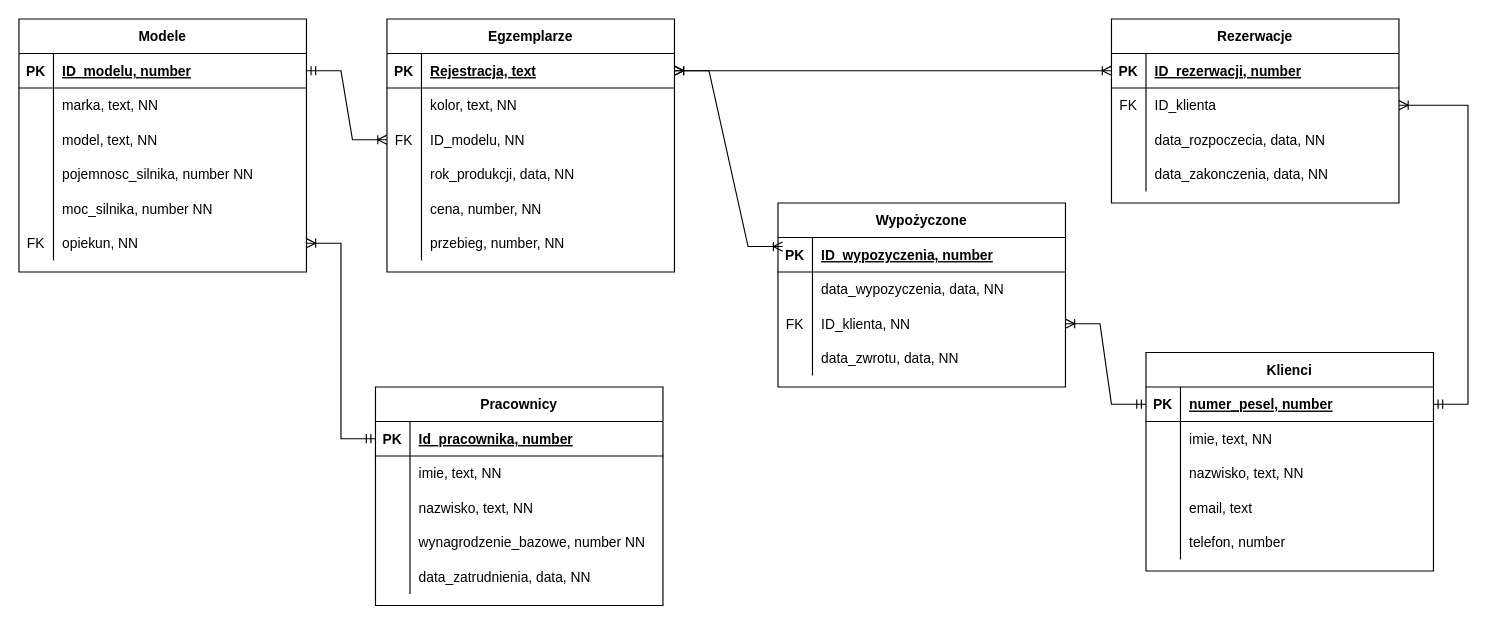
This is Wypożyczalnia.drawio from Codyy03/Wypozyczalnia, a draw.io file, before an edit. Source tidied: cells renumbered, new cells numbered last; positions are measured from the earlier drawing's top-left corner, leaving out a move shared by most shapes. Both pictures are drawn from the tidied source at 115%, with x=0, y=0 at pixel (18, 18).
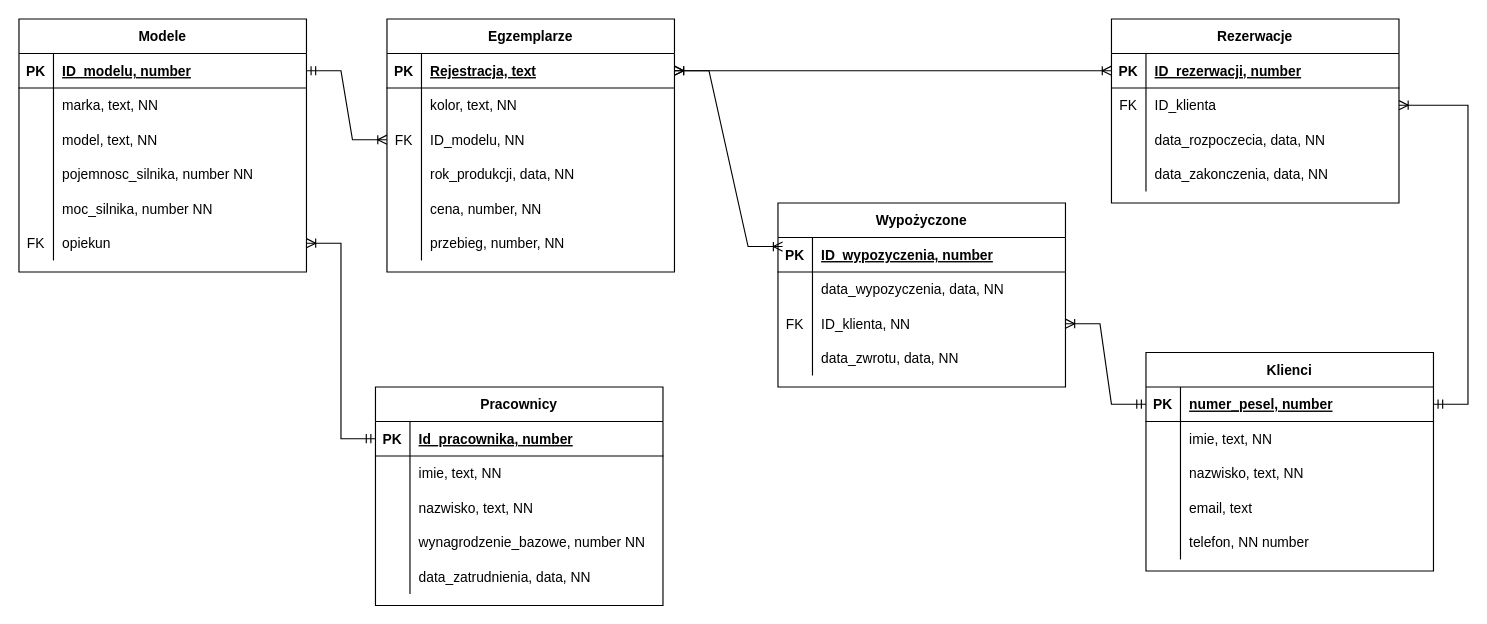
The same diagram, later.

Commit message:
Poprawienie diagramu

Uzupełnienie diagramu o zmiany, które zaszły przy procesie implementacji bazy danych.

Unchanged cells that the change refers to:
```xml
<mxCell id="34" style="shape=partialRectangle;fillColor=none;top=0;left=0;right=0;bottom=0;" parent="21" vertex="1">
  <mxGeometry y="150" width="250" height="30" as="geometry" />
</mxCell>
<mxCell id="53" style="shape=partialRectangle;fillColor=none;points=[[0,0.5],[1,0.5]];portConstraint=eastwest;top=0;left=0;right=0;bottom=0;" parent="37" vertex="1">
  <mxGeometry y="180" width="250" height="30" as="geometry" />
</mxCell>
```

What changed in the source:
```diff
@@
-    <mxCell id="36" value="telefon, number" style="shape=partialRectangle;overflow=hidden;fillColor=none;top=0;left=0;bottom=0;right=0;align=left;spacingLeft=6;" parent="34" vertex="1">
+    <mxCell id="36" value="telefon, NN number" style="shape=partialRectangle;overflow=hidden;fillColor=none;top=0;left=0;bottom=0;right=0;align=left;spacingLeft=6;" parent="34" vertex="1">
       <mxGeometry x="30" width="220" height="30" as="geometry" />
     </mxCell>
@@
-    <mxCell id="55" value="opiekun, NN " style="shape=partialRectangle;overflow=hidden;fillColor=none;top=0;left=0;bottom=0;right=0;align=left;spacingLeft=6;" parent="53" vertex="1">
+    <mxCell id="55" value="opiekun" style="shape=partialRectangle;overflow=hidden;fillColor=none;top=0;left=0;bottom=0;right=0;align=left;spacingLeft=6;" parent="53" vertex="1">
       <mxGeometry x="30" width="220" height="30" as="geometry" />
     </mxCell>
```
